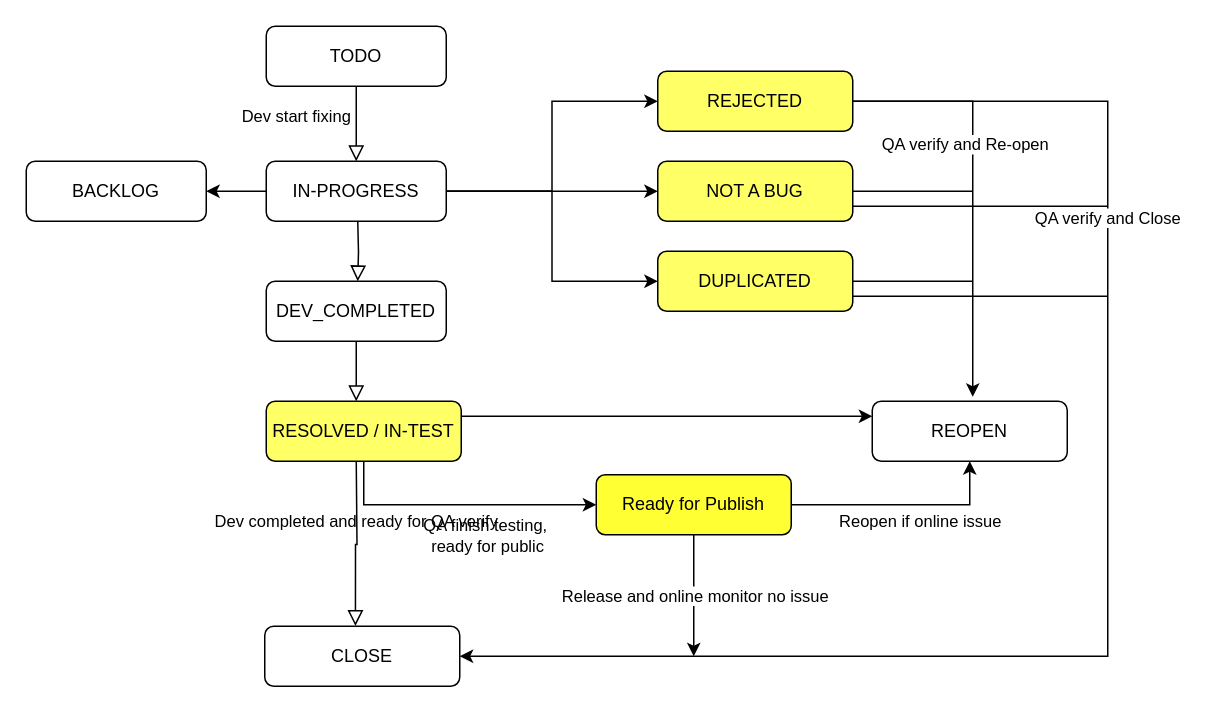
Before: Untitled Diagram.drawio in lxhoang/assignment_cd_week1, a draw.io diagram. Source tidied: cells renumbered, new cells numbered last; positions are measured from the earlier drawing's top-left corner, leaving out a move shared by most shapes. Both pictures are drawn from the tidied source at 150%, with x=0, y=0 at pixel (26, 26).
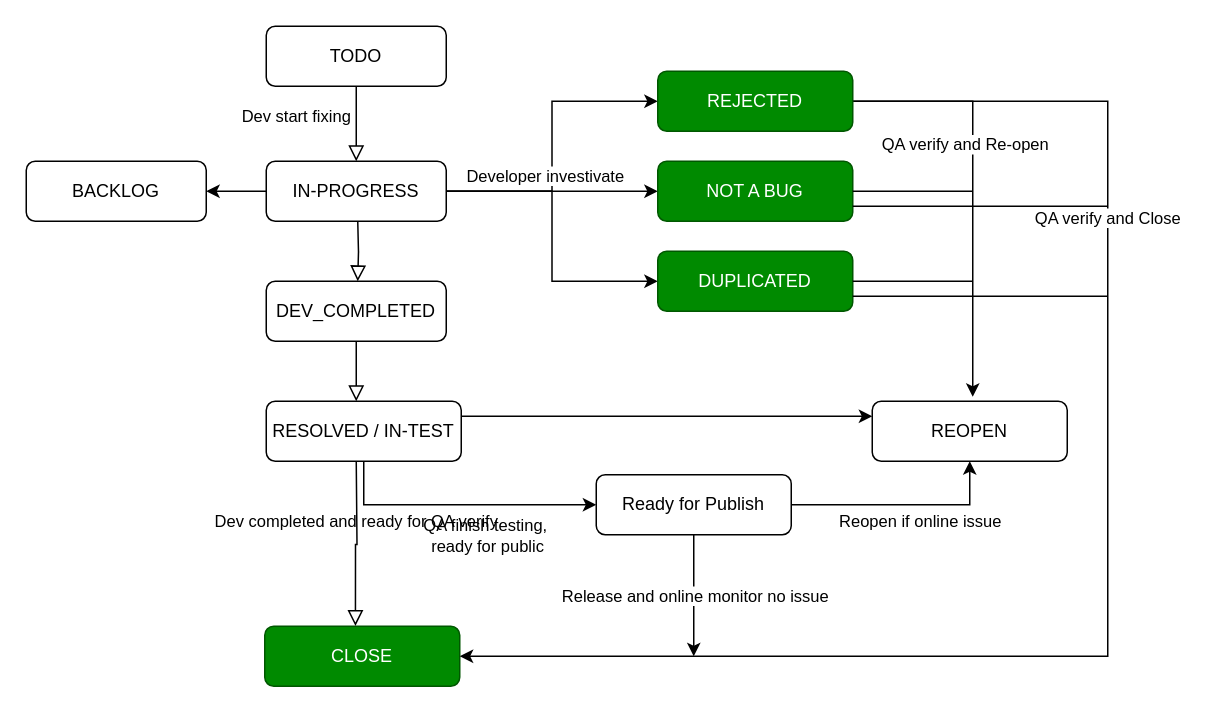
The same diagram, later.

The change refers to these unchanged cells:
```xml
<mxCell id="8" value="IN-PROGRESS" style="rounded=1;whiteSpace=wrap;html=1;fontSize=12;glass=0;strokeWidth=1;shadow=0;" parent="1" vertex="1">
  <mxGeometry x="160" y="90" width="120" height="40" as="geometry" />
</mxCell>
```

The edit, as a diff of the source:
```diff
@@
-    <mxCell id="7" style="edgeStyle=orthogonalEdgeStyle;rounded=0;jettySize=auto;html=1;entryX=0;entryY=0.5;entryDx=0;entryDy=0;" parent="1" edge="1" source="8" target="22">
-      <mxGeometry relative="1" as="geometry" />
+    <mxCell id="7" value="Developer investivate" style="edgeStyle=orthogonalEdgeStyle;rounded=0;jettySize=auto;html=1;entryX=0;entryY=0.5;entryDx=0;entryDy=0;" parent="1" edge="1" source="8" target="22">
+      <mxGeometry x="-0.34" y="10" relative="1" as="geometry" />
     </mxCell>
@@
-    <mxCell id="12" value="RESOLVED / IN-TEST" style="rounded=1;whiteSpace=wrap;html=1;fontSize=12;glass=0;strokeWidth=1;shadow=0;fillColor=#FFFF66;" parent="1" vertex="1">
+    <mxCell id="12" value="RESOLVED / IN-TEST" style="rounded=1;whiteSpace=wrap;html=1;fontSize=12;glass=0;strokeWidth=1;shadow=0;" parent="1" vertex="1">
       <mxGeometry x="160" y="250" width="130" height="40" as="geometry" />
     </mxCell>
@@
-    <mxCell id="15" value="CLOSE" style="rounded=1;whiteSpace=wrap;html=1;fontSize=12;glass=0;strokeWidth=1;shadow=0;" parent="1" vertex="1">
+    <mxCell id="15" value="CLOSE" style="rounded=1;whiteSpace=wrap;html=1;fontSize=12;glass=0;strokeWidth=1;shadow=0;fillColor=#008a00;fontColor=#ffffff;strokeColor=#005700;" parent="1" vertex="1">
       <mxGeometry x="159" y="400" width="130" height="40" as="geometry" />
     </mxCell>
@@
-    <mxCell id="20" value="REJECTED" style="rounded=1;whiteSpace=wrap;html=1;fontSize=12;glass=0;strokeWidth=1;shadow=0;fillColor=#FFFF66;" parent="1" vertex="1">
+    <mxCell id="20" value="REJECTED" style="rounded=1;whiteSpace=wrap;html=1;fontSize=12;glass=0;strokeWidth=1;shadow=0;fillColor=#008a00;fontColor=#ffffff;strokeColor=#005700;" parent="1" vertex="1">
       <mxGeometry x="421" y="30" width="130" height="40" as="geometry" />
     </mxCell>
-    <mxCell id="21" value="NOT A BUG" style="rounded=1;whiteSpace=wrap;html=1;fontSize=12;glass=0;strokeWidth=1;shadow=0;fillColor=#FFFF66;" parent="1" vertex="1">
+    <mxCell id="21" value="NOT A BUG" style="rounded=1;whiteSpace=wrap;html=1;fontSize=12;glass=0;strokeWidth=1;shadow=0;fillColor=#008a00;fontColor=#ffffff;strokeColor=#005700;" parent="1" vertex="1">
       <mxGeometry x="421" y="90" width="130" height="40" as="geometry" />
     </mxCell>
-    <mxCell id="22" value="DUPLICATED" style="rounded=1;whiteSpace=wrap;html=1;fontSize=12;glass=0;strokeWidth=1;shadow=0;fillColor=#FFFF66;" parent="1" vertex="1">
+    <mxCell id="22" value="DUPLICATED" style="rounded=1;whiteSpace=wrap;html=1;fontSize=12;glass=0;strokeWidth=1;shadow=0;fillColor=#008a00;fontColor=#ffffff;strokeColor=#005700;" parent="1" vertex="1">
       <mxGeometry x="421" y="150" width="130" height="40" as="geometry" />
     </mxCell>
@@
-    <mxCell id="30" value="Ready for Publish" style="rounded=1;whiteSpace=wrap;html=1;fontSize=12;glass=0;strokeWidth=1;shadow=0;fillColor=#FFFF33;" parent="1" vertex="1">
+    <mxCell id="30" value="Ready for Publish" style="rounded=1;whiteSpace=wrap;html=1;fontSize=12;glass=0;strokeWidth=1;shadow=0;" parent="1" vertex="1">
       <mxGeometry x="380" y="299" width="130" height="40" as="geometry" />
     </mxCell>
```
